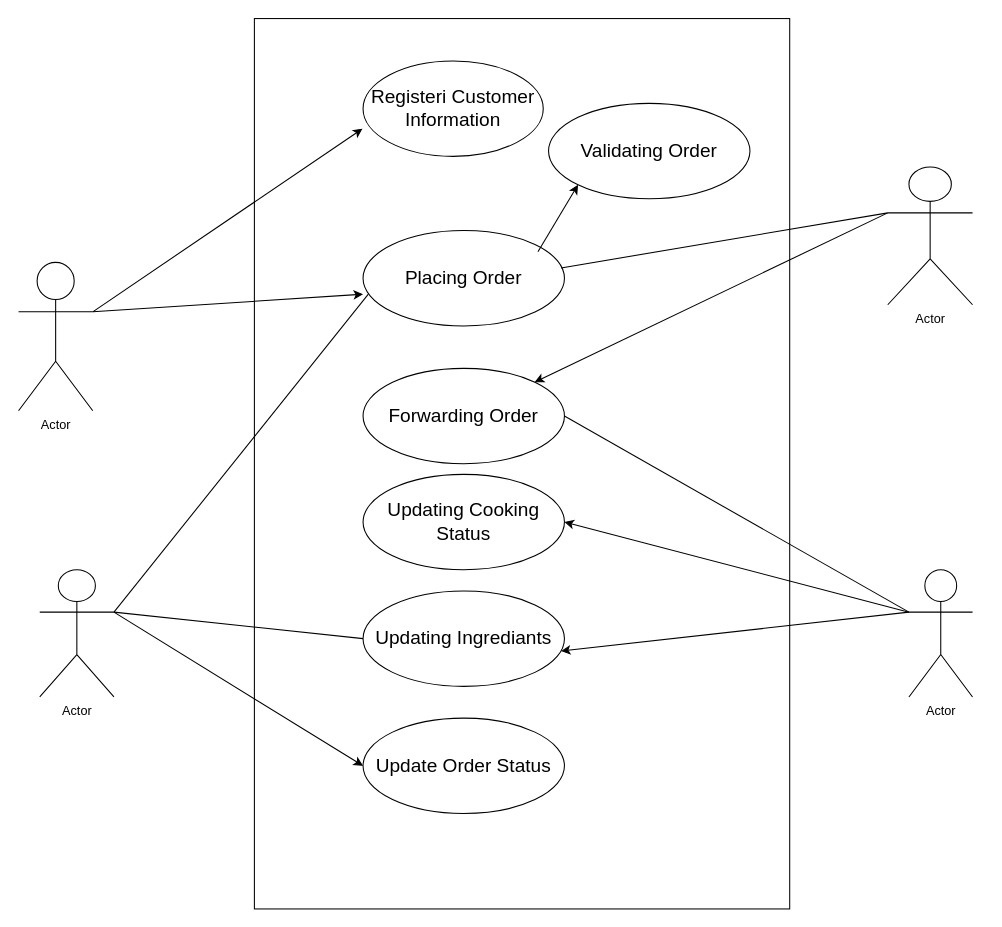
The draw.io diagram Untitled Diagram.drawio in Yuna529/SystemAnalysis, before the edit. Source tidied: cells renumbered, new cells numbered last; positions are measured from the earlier drawing's top-left corner, leaving out a move shared by most shapes. Both pictures are drawn from the tidied source at 106%, with x=0, y=0 at pixel (18, 18).
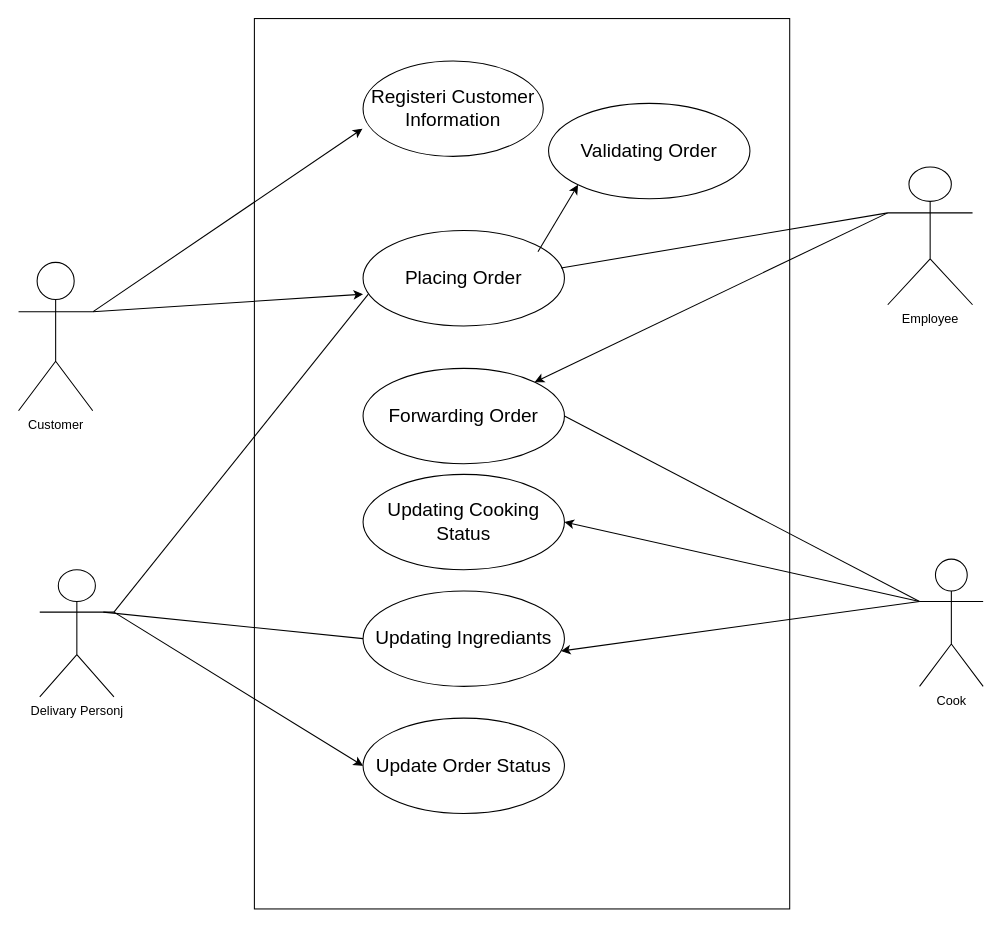
After the change.

The change refers to these unchanged cells:
```xml
<mxCell id="5" value="&lt;font style=&quot;font-size: 18px;&quot;&gt;Updating Cooking Status&lt;/font&gt;" style="ellipse;whiteSpace=wrap;html=1;" parent="1" vertex="1">
  <mxGeometry x="325" y="430" width="190" height="90" as="geometry" />
</mxCell>
<mxCell id="6" value="&lt;font style=&quot;font-size: 18px;&quot;&gt;Updating Ingrediants&lt;/font&gt;" style="ellipse;whiteSpace=wrap;html=1;" parent="1" vertex="1">
  <mxGeometry x="325" y="540" width="190" height="90" as="geometry" />
</mxCell>
```

Change to the diagram source:
```diff
@@
-    <mxCell id="3" value="Actor" style="shape=umlActor;verticalLabelPosition=bottom;verticalAlign=top;html=1;outlineConnect=0;" parent="1" vertex="1">
+    <mxCell id="3" value="Customer" style="shape=umlActor;verticalLabelPosition=bottom;verticalAlign=top;html=1;outlineConnect=0;" parent="1" vertex="1">
       <mxGeometry y="230" width="70" height="140" as="geometry" />
     </mxCell>
-    <mxCell id="4" value="Actor" style="shape=umlActor;verticalLabelPosition=bottom;verticalAlign=top;html=1;outlineConnect=0;" parent="1" vertex="1">
-      <mxGeometry x="840" y="520" width="60" height="120" as="geometry" />
+    <mxCell id="4" value="Cook" style="shape=umlActor;verticalLabelPosition=bottom;verticalAlign=top;html=1;outlineConnect=0;" parent="1" vertex="1">
+      <mxGeometry x="850" y="510" width="60" height="120" as="geometry" />
     </mxCell>
@@
-    <mxCell id="11" value="Actor" style="shape=umlActor;verticalLabelPosition=bottom;verticalAlign=top;html=1;outlineConnect=0;" parent="1" vertex="1">
+    <mxCell id="11" value="Delivary Personj" style="shape=umlActor;verticalLabelPosition=bottom;verticalAlign=top;html=1;outlineConnect=0;" parent="1" vertex="1">
       <mxGeometry x="20" y="520" width="70" height="120" as="geometry" />
     </mxCell>
-    <mxCell id="12" value="Actor" style="shape=umlActor;verticalLabelPosition=bottom;verticalAlign=top;html=1;outlineConnect=0;" parent="1" vertex="1">
+    <mxCell id="12" value="Employee" style="shape=umlActor;verticalLabelPosition=bottom;verticalAlign=top;html=1;outlineConnect=0;" parent="1" vertex="1">
       <mxGeometry x="820" y="140" width="80" height="130" as="geometry" />
     </mxCell>
@@
-    <mxCell id="21" style="endArrow=classic;html=1;rounded=0;entryX=1;entryY=0.5;entryDx=0;entryDy=0;" parent="1" edge="1" target="5">
-      <mxGeometry relative="1" as="geometry">
-        <mxPoint x="840" y="560" as="sourcePoint" />
-      </mxGeometry>
+    <mxCell id="21" style="endArrow=classic;html=1;rounded=0;entryX=1;entryY=0.5;entryDx=0;entryDy=0;exitX=0;exitY=0.3333333333333333;exitDx=0;exitDy=0;exitPerimeter=0;" parent="1" edge="1" source="4" target="5">
+      <mxGeometry relative="1" as="geometry" />
     </mxCell>
@@
-    <mxCell id="23" style="endArrow=none;html=1;rounded=0;entryX=0;entryY=0.5;entryDx=0;entryDy=0;" parent="1" edge="1" target="6">
-      <mxGeometry relative="1" as="geometry">
-        <mxPoint x="90" y="560" as="sourcePoint" />
-      </mxGeometry>
+    <mxCell id="23" style="endArrow=none;html=1;rounded=0;entryX=0;entryY=0.5;entryDx=0;entryDy=0;exitX=0.857;exitY=0.333;exitDx=0;exitDy=0;exitPerimeter=0;" parent="1" edge="1" source="11" target="6">
+      <mxGeometry relative="1" as="geometry" />
     </mxCell>
```
